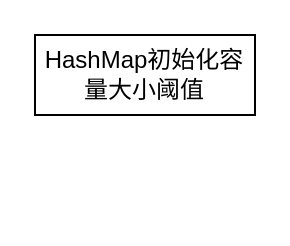
Above: 未命名绘图.drawio in JavaLiuTongXue/repo2 (draw.io), before the change. Source tidied: cells renumbered, new cells numbered last; positions are measured from the earlier drawing's top-left corner, leaving out a move shared by most shapes. Both pictures are drawn from the tidied source at 200%, with x=0, y=0 at pixel (34, 34).
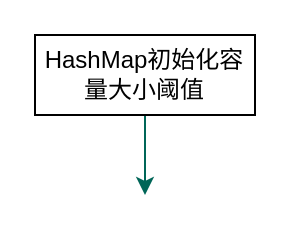
The same page after the edit.

Commit message (it also covers changes not shown here):
更新未命名绘图.drawio

Diff of the diagram source:
```diff
@@
 <mxGraphModel>
   <root>
     <mxCell id="0" />
     <mxCell id="1" parent="0" />
+    <mxCell id="3" style="edgeStyle=orthogonalEdgeStyle;curved=0;rounded=1;sketch=0;jettySize=auto;html=1;exitX=0.5;exitY=1;exitDx=0;exitDy=0;strokeColor=#006658;fillColor=#21C0A5;fontColor=#5C5C5C;" parent="1" edge="1" source="2">
+      <mxGeometry relative="1" as="geometry">
+        <mxPoint x="55" y="80" as="targetPoint" />
+      </mxGeometry>
+    </mxCell>
     <mxCell id="2" value="HashMap初始化容量大小阈值" style="rounded=0;whiteSpace=wrap;html=1;sketch=0;" parent="1" vertex="1">
       <mxGeometry width="110" height="40" as="geometry" />
     </mxCell>
   </root>
 </mxGraphModel>
```
